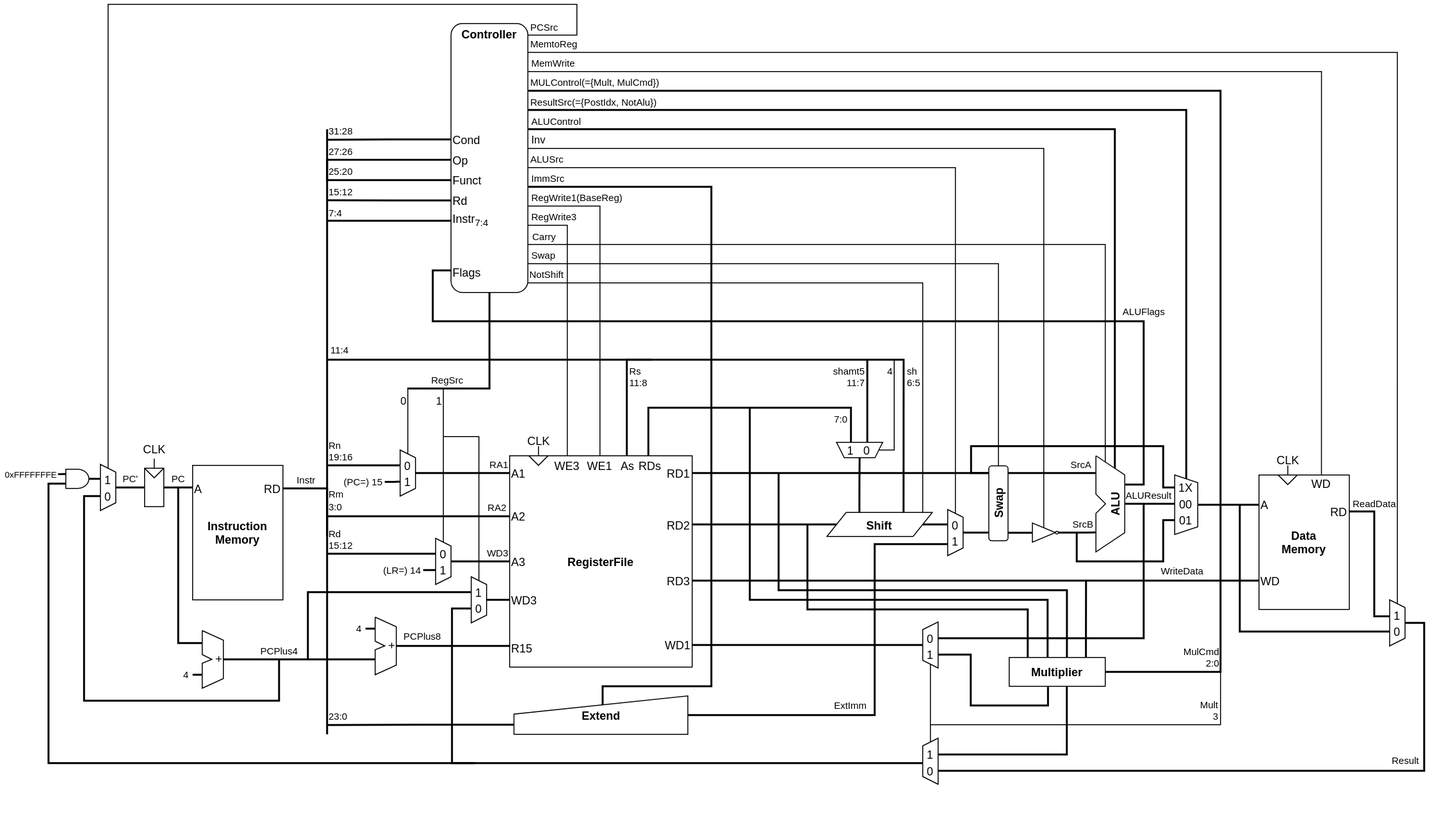
Before: asset/arm_cpu_diagram.drawio.png, a diagram exported from draw.io (takah29/arm-cpu). Source tidied: cells renumbered, new cells last; positions are measured from the earlier drawing's top-left corner, leaving out a move shared by most shapes.
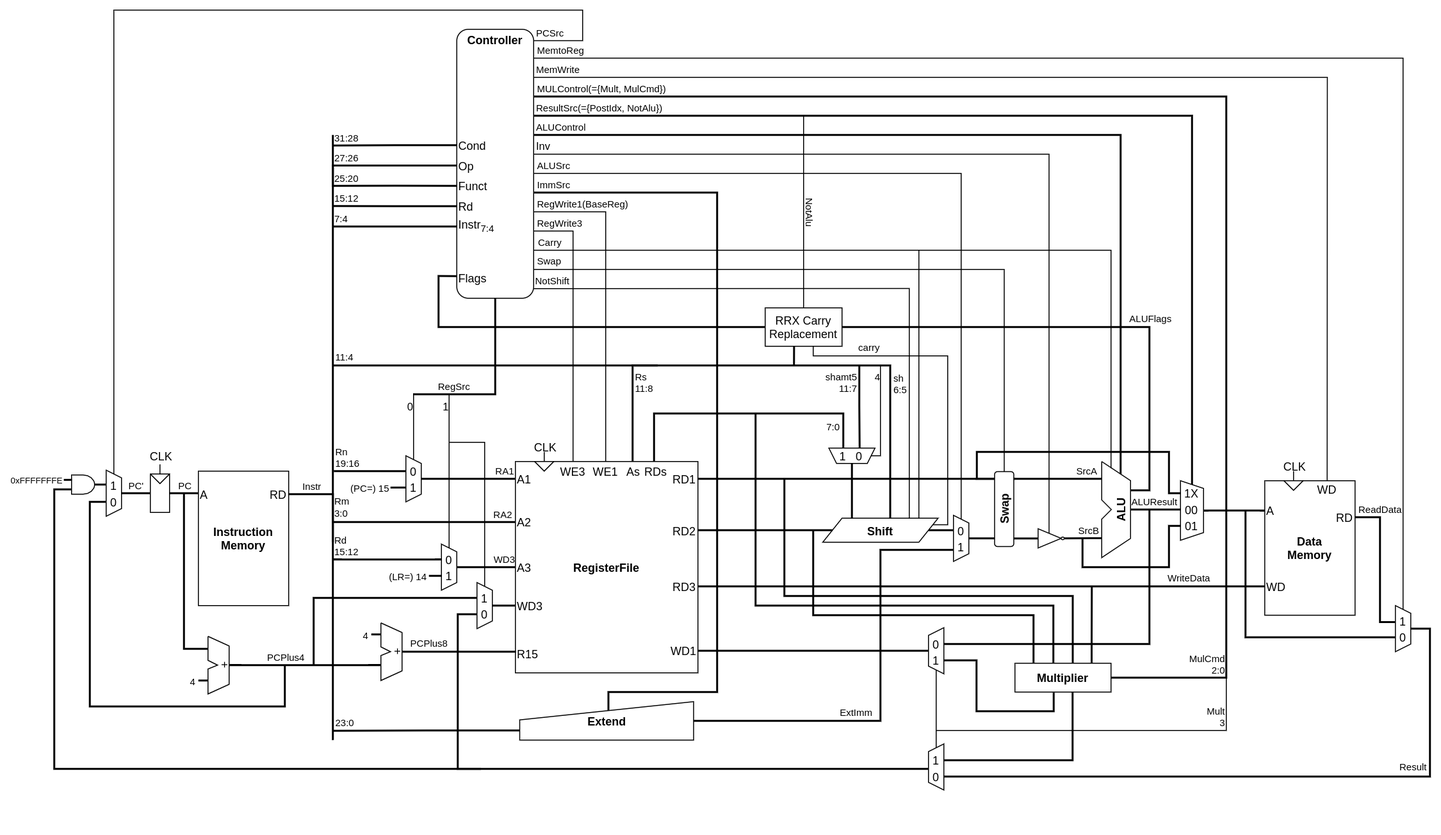
Above is the later version.

Commit message:
RRX命令のためにキャリーフラグを置き換える回路を追加した

The edit, as a diff of the source:
```diff
@@ -164,11 +164,11 @@
         <mxPoint x="-7" as="offset" />
       </mxGeometry>
     </mxCell>
-    <mxCell id="37" style="edgeStyle=orthogonalEdgeStyle;rounded=0;jettySize=auto;html=1;endArrow=none;endFill=0;strokeWidth=2;exitX=0.727;exitY=-0.001;exitDx=0;exitDy=0;exitPerimeter=0;" parent="1" edge="1" source="44">
+    <mxCell id="37" style="edgeStyle=orthogonalEdgeStyle;rounded=0;jettySize=auto;html=1;endArrow=none;endFill=0;strokeWidth=2;exitX=0.585;exitY=0.005;exitDx=0;exitDy=0;exitPerimeter=0;" parent="1" edge="1" source="44">
       <mxGeometry relative="1" as="geometry">
         <mxPoint x="290" y="370" as="targetPoint" />
         <Array as="points">
-          <mxPoint x="890" y="370" />
+          <mxPoint x="870" y="370" />
         </Array>
       </mxGeometry>
     </mxCell>
@@ -179,7 +179,7 @@
     </mxCell>
     <mxCell id="39" value="&lt;div style=&quot;&quot;&gt;sh&lt;/div&gt;&lt;font style=&quot;font-size: 10px&quot;&gt;&lt;div&gt;6:5&lt;/div&gt;&lt;/font&gt;" style="edgeLabel;html=1;align=left;verticalAlign=top;fontSize=10;labelBackgroundColor=none;" parent="37" vertex="1">
       <mxGeometry x="-0.69" y="1" relative="1" as="geometry">
-        <mxPoint x="2.5" y="-42.3" as="offset" />
+        <mxPoint x="2.5" y="-44.3" as="offset" />
       </mxGeometry>
     </mxCell>
     <mxCell id="40" style="edgeStyle=orthogonalEdgeStyle;rounded=0;jettySize=auto;html=1;entryX=0.325;entryY=0.962;entryDx=0;entryDy=0;entryPerimeter=0;endArrow=none;endFill=0;strokeWidth=2;exitX=1;exitY=0.5;exitDx=0;exitDy=0;" parent="1" edge="1" source="44" target="55">
@@ -187,7 +187,12 @@
     </mxCell>
     <mxCell id="41" style="edgeStyle=orthogonalEdgeStyle;rounded=0;jettySize=auto;html=1;exitX=0.5;exitY=0.1;exitDx=0;exitDy=0;endArrow=none;endFill=0;strokeWidth=2;fontSize=10;exitPerimeter=0;" parent="1" edge="1" source="152">
       <mxGeometry relative="1" as="geometry">
-        <mxPoint x="852.3" y="370" as="targetPoint" />
+        <mxPoint x="838" y="370" as="targetPoint" />
+        <Array as="points">
+          <mxPoint x="838" y="412" />
+          <mxPoint x="838" y="412" />
+          <mxPoint x="838" y="370" />
+        </Array>
       </mxGeometry>
     </mxCell>
     <mxCell id="42" value="&lt;div&gt;shamt5&lt;/div&gt;&lt;font style=&quot;&quot;&gt;11:7&lt;/font&gt;" style="edgeLabel;html=1;align=right;verticalAlign=top;fontSize=10;labelBackgroundColor=none;" parent="41" vertex="1">
@@ -195,11 +200,27 @@
         <mxPoint x="-1" y="-24.6" as="offset" />
       </mxGeometry>
     </mxCell>
-    <mxCell id="43" style="edgeStyle=orthogonalEdgeStyle;rounded=0;jettySize=auto;html=1;exitX=0.308;exitY=0.002;exitDx=0;exitDy=0;entryX=0.5;entryY=0;entryDx=0;entryDy=0;endArrow=none;endFill=0;strokeWidth=2;fontSize=10;exitPerimeter=0;" parent="1" edge="1" source="44" target="150">
-      <mxGeometry relative="1" as="geometry" />
+    <mxCell id="43" style="edgeStyle=orthogonalEdgeStyle;rounded=0;jettySize=auto;html=1;exitX=0.25;exitY=0;exitDx=0;exitDy=0;entryX=0.5;entryY=0;entryDx=0;entryDy=0;endArrow=none;endFill=0;strokeWidth=2;fontSize=10;" parent="1" edge="1" source="44" target="150">
+      <mxGeometry relative="1" as="geometry">
+        <Array as="points">
+          <mxPoint x="830" y="472" />
+        </Array>
+      </mxGeometry>
     </mxCell>
+    <mxCell id="238" style="edgeStyle=orthogonalEdgeStyle;rounded=0;jettySize=auto;html=1;exitX=1;exitY=0.25;exitDx=0;exitDy=0;entryX=0.625;entryY=1;entryDx=0;entryDy=0;entryPerimeter=0;endArrow=none;endFill=0;strokeWidth=1;fontSize=12;" parent="1" edge="1" source="44" target="244">
+      <mxGeometry relative="1" as="geometry">
+        <Array as="points">
+          <mxPoint x="930" y="536" />
+          <mxPoint x="930" y="360" />
+          <mxPoint x="790" y="360" />
+        </Array>
+      </mxGeometry>
+    </mxCell>
+    <mxCell id="239" value="carry" style="edgeLabel;html=1;align=center;verticalAlign=bottom;fontSize=10;labelBackgroundColor=none;" parent="238" vertex="1">
+      <mxGeometry x="0.6" y="-1" relative="1" as="geometry" />
+    </mxCell>
     <mxCell id="44" value="&lt;b&gt;Shift&lt;/b&gt;" style="shape=parallelogram;perimeter=parallelogramPerimeter;whiteSpace=wrap;html=1;fixedSize=1;" parent="1" vertex="1">
-      <mxGeometry x="810.3" y="529" width="109.7" height="25" as="geometry" />
+      <mxGeometry x="800" y="529" width="120" height="25" as="geometry" />
     </mxCell>
     <mxCell id="45" style="edgeStyle=orthogonalEdgeStyle;rounded=0;jettySize=auto;html=1;exitX=1;exitY=0.5;exitDx=0;exitDy=0;endArrow=none;endFill=0;strokeWidth=2;" parent="1" edge="1" source="95">
       <mxGeometry relative="1" as="geometry">
@@ -211,13 +232,8 @@
         <mxPoint x="111.9" as="offset" />
       </mxGeometry>
     </mxCell>
-    <mxCell id="47" style="edgeStyle=orthogonalEdgeStyle;rounded=0;jettySize=auto;html=1;exitX=1;exitY=0.5;exitDx=0;exitDy=0;entryX=0;entryY=0.5;entryDx=0;entryDy=0;endArrow=none;endFill=0;strokeWidth=2;" parent="1" edge="1" source="96" target="44">
-      <mxGeometry relative="1" as="geometry">
-        <Array as="points">
-          <mxPoint x="706" y="542" />
-          <mxPoint x="750" y="542" />
-        </Array>
-      </mxGeometry>
+    <mxCell id="47" style="edgeStyle=orthogonalEdgeStyle;rounded=0;jettySize=auto;html=1;exitX=1;exitY=0.5;exitDx=0;exitDy=0;endArrow=none;endFill=0;strokeWidth=2;entryX=0;entryY=0.5;entryDx=0;entryDy=0;" parent="1" edge="1" source="96" target="44">
+      <mxGeometry relative="1" as="geometry" />
     </mxCell>
     <mxCell id="48" style="edgeStyle=orthogonalEdgeStyle;rounded=0;jettySize=auto;html=1;exitX=0.5;exitY=0;exitDx=0;exitDy=0;endArrow=none;endFill=0;strokeWidth=1;fontSize=10;" parent="1" edge="1" source="97">
       <mxGeometry relative="1" as="geometry">
@@ -709,7 +725,7 @@
       </mxGeometry>
     </mxCell>
     <mxCell id="149" style="group;rotation=90;" parent="1" vertex="1">
-      <mxGeometry x="836.3" y="440" width="16" height="48" as="geometry" />
+      <mxGeometry x="822.3" y="440" width="16" height="48" as="geometry" />
     </mxCell>
     <mxCell id="150" style="shape=trapezoid;perimeter=trapezoidPerimeter;whiteSpace=wrap;html=1;fixedSize=1;rotation=180;size=8;" parent="149" vertex="1">
       <mxGeometry x="-16" y="16" width="48" height="16" as="geometry" />
@@ -722,16 +738,16 @@
     </mxCell>
     <mxCell id="153" style="edgeStyle=orthogonalEdgeStyle;rounded=0;jettySize=auto;html=1;exitX=0;exitY=0.5;exitDx=0;exitDy=0;endArrow=none;endFill=0;strokeWidth=1;fontSize=12;" parent="1" edge="1" source="150">
       <mxGeometry relative="1" as="geometry">
-        <mxPoint x="850.3" y="370" as="targetPoint" />
+        <mxPoint x="860" y="370" as="targetPoint" />
         <Array as="points">
-          <mxPoint x="880.3" y="464" />
-          <mxPoint x="880.3" y="370" />
+          <mxPoint x="860" y="464" />
+          <mxPoint x="860" y="370" />
         </Array>
       </mxGeometry>
     </mxCell>
     <mxCell id="154" value="&lt;font style=&quot;font-size: 10px;&quot;&gt;4&lt;/font&gt;" style="edgeLabel;html=1;align=right;verticalAlign=top;fontSize=10;labelBackgroundColor=none;" parent="153" vertex="1">
       <mxGeometry x="0.52" relative="1" as="geometry">
-        <mxPoint x="-1" y="-4.1" as="offset" />
+        <mxPoint y="-25" as="offset" />
       </mxGeometry>
     </mxCell>
     <mxCell id="155" style="edgeStyle=orthogonalEdgeStyle;rounded=0;orthogonalLoop=1;jettySize=auto;html=1;endArrow=none;endFill=0;strokeWidth=2;fontSize=7;" parent="1" edge="1">
@@ -856,7 +872,8 @@
       <mxGeometry relative="1" as="geometry">
         <Array as="points">
           <mxPoint x="624" y="420" />
-          <mxPoint x="835" y="420" />
+          <mxPoint x="821" y="420" />
+          <mxPoint x="821" y="456" />
         </Array>
       </mxGeometry>
     </mxCell>
@@ -1184,12 +1201,12 @@
     <mxCell id="235" value="&lt;b&gt;Controller&lt;/b&gt;" style="text;html=1;strokeColor=none;fillColor=none;align=center;verticalAlign=middle;whiteSpace=wrap;rounded=0;" parent="1" vertex="1">
       <mxGeometry x="439" y="20" width="40" height="21.2" as="geometry" />
     </mxCell>
-    <mxCell id="236" style="edgeStyle=orthogonalEdgeStyle;rounded=0;jettySize=auto;html=1;endArrow=none;endFill=0;strokeWidth=1;fontSize=10;exitX=0;exitY=0.5;exitDx=0;exitDy=0;entryX=1.001;entryY=0.964;entryDx=0;entryDy=0;entryPerimeter=0;" parent="1" edge="1" target="16">
+    <mxCell id="236" style="edgeStyle=orthogonalEdgeStyle;rounded=0;jettySize=auto;html=1;endArrow=none;endFill=0;strokeWidth=1;fontSize=10;entryX=1.001;entryY=0.964;entryDx=0;entryDy=0;entryPerimeter=0;" parent="1" edge="1" target="16">
       <mxGeometry relative="1" as="geometry">
-        <mxPoint x="910" y="529" as="sourcePoint" />
+        <mxPoint x="890" y="529" as="sourcePoint" />
         <Array as="points">
-          <mxPoint x="910" y="290" />
-          <mxPoint x="499" y="290" />
+          <mxPoint x="890" y="529" />
+          <mxPoint x="890" y="290" />
         </Array>
       </mxGeometry>
     </mxCell>
@@ -1198,5 +1215,33 @@
         <mxPoint x="-20.4" as="offset" />
       </mxGeometry>
     </mxCell>
+    <mxCell id="240" style="edgeStyle=orthogonalEdgeStyle;rounded=0;orthogonalLoop=1;jettySize=auto;html=1;endArrow=none;endFill=0;strokeWidth=1;fontSize=10;" parent="1" edge="1">
+      <mxGeometry relative="1" as="geometry">
+        <mxPoint x="900" y="529" as="sourcePoint" />
+        <mxPoint x="900" y="250" as="targetPoint" />
+        <Array as="points">
+          <mxPoint x="900" y="529" />
+          <mxPoint x="900" y="250" />
+        </Array>
+      </mxGeometry>
+    </mxCell>
+    <mxCell id="241" style="edgeStyle=orthogonalEdgeStyle;rounded=0;jettySize=auto;html=1;exitX=0.376;exitY=0.999;exitDx=0;exitDy=0;fontSize=12;endArrow=none;endFill=0;strokeWidth=2;exitPerimeter=0;" parent="1" edge="1" source="244">
+      <mxGeometry relative="1" as="geometry">
+        <mxPoint x="770" y="370" as="targetPoint" />
+      </mxGeometry>
+    </mxCell>
+    <mxCell id="242" style="edgeStyle=orthogonalEdgeStyle;rounded=0;jettySize=auto;html=1;exitX=0.5;exitY=0;exitDx=0;exitDy=0;endArrow=none;endFill=0;strokeWidth=1;fontSize=10;" parent="1" edge="1" source="244">
+      <mxGeometry relative="1" as="geometry">
+        <mxPoint x="780" y="110" as="targetPoint" />
+      </mxGeometry>
+    </mxCell>
+    <mxCell id="243" value="NotAlu" style="edgeLabel;html=1;align=center;verticalAlign=bottom;fontSize=10;rotation=90;labelBackgroundColor=none;" parent="242" vertex="1">
+      <mxGeometry x="0.08" y="1" relative="1" as="geometry">
+        <mxPoint y="8" as="offset" />
+      </mxGeometry>
+    </mxCell>
+    <mxCell id="244" value="&lt;font style=&quot;font-size: 12px ; line-height: 120%&quot;&gt;RRX Carry&lt;br style=&quot;font-size: 12px&quot;&gt;Replacement&lt;/font&gt;" style="rounded=0;whiteSpace=wrap;html=1;fontSize=12;" parent="1" vertex="1">
+      <mxGeometry x="740" y="310" width="80" height="40" as="geometry" />
+    </mxCell>
   </root>
 </mxGraphModel>
```
